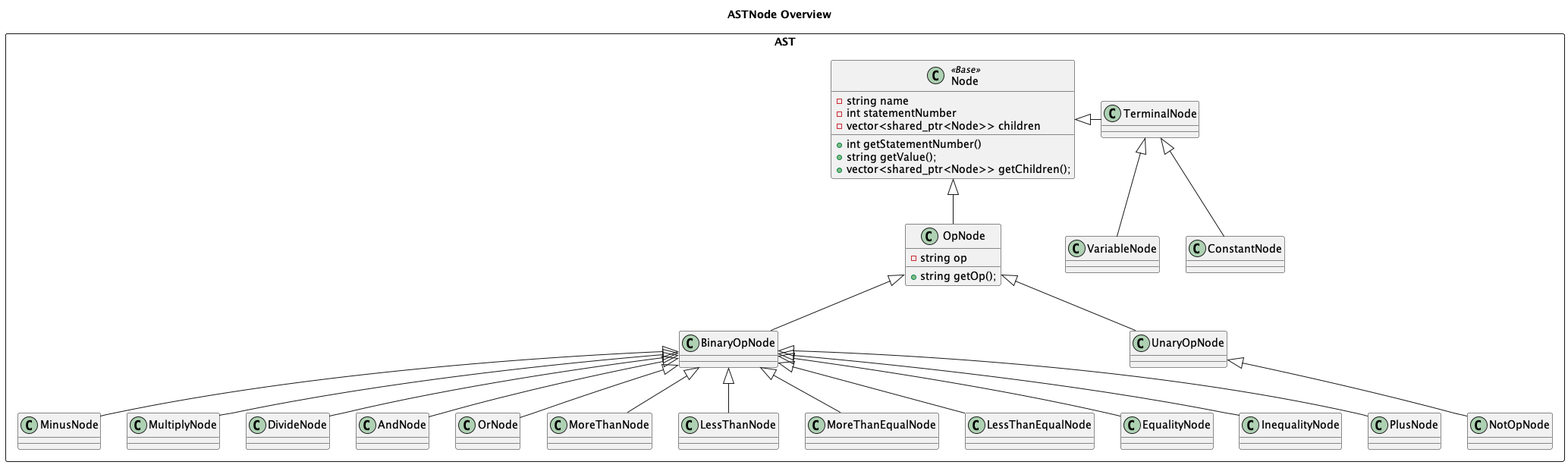
This is out/Team18/Docs/SP/DiagramsV3/ASTNodeOverview/ASTNodeHiearchy/ASTNodeHiearchy.png from NicsunXnus/SoftwareEngineeringProject, a PlantUML export, as it was before one commit. The source it was exported from:
```plantuml
@startuml


title ASTNode Overview

package AST <<Rectangle>> {
    Class Node <<Base>> {
        - string name
        - int statementNumber
        - vector<shared_ptr<Node>> children
        + int getStatementNumber()
        + string getValue();
        + vector<shared_ptr<Node>> getChildren();
    }
    Class OpNode {
        - string op
        + string getOp();
    }
    Class BinaryOpNode
    Class PlusNode
    Class MinusNode
    Class MultiplyNode
    Class DivideNode
    Class AndNode
    Class OrNode
    Class MoreThanNode
    Class LessThanNode
    Class MoreThanEqualNode
    Class LessThanEqualNode
    Class EqualityNode
    Class InequalityNode
    Class UnaryOpNode
    Class NotOpNode
    Class TerminalNode
    Class ConstantNode
    Class VariableNode

    Node <|-- OpNode
    OpNode <|-- BinaryOpNode
    BinaryOpNode <|-- PlusNode
    BinaryOpNode <|-- MinusNode
    BinaryOpNode <|-- MultiplyNode
    BinaryOpNode <|-- DivideNode
    BinaryOpNode <|-- AndNode
    BinaryOpNode <|-- OrNode
    BinaryOpNode <|-- MoreThanNode
    BinaryOpNode <|-- LessThanNode
    BinaryOpNode <|-- MoreThanEqualNode
    BinaryOpNode <|-- LessThanEqualNode
    BinaryOpNode <|-- EqualityNode
    BinaryOpNode <|-- InequalityNode
    OpNode <|-- UnaryOpNode
    UnaryOpNode <|-- NotOpNode
    Node <|-right- TerminalNode
    TerminalNode <|-- ConstantNode
    TerminalNode <|-- VariableNode
}
@enduml
```
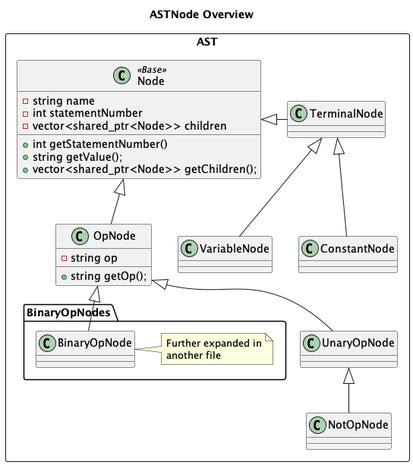
Above is the later version.

Change to the diagram source:
```diff
@@ -16,19 +16,13 @@
         - string op
         + string getOp();
     }
-    Class BinaryOpNode
-    Class PlusNode
-    Class MinusNode
-    Class MultiplyNode
-    Class DivideNode
-    Class AndNode
-    Class OrNode
-    Class MoreThanNode
-    Class LessThanNode
-    Class MoreThanEqualNode
-    Class LessThanEqualNode
-    Class EqualityNode
-    Class InequalityNode
+    package BinaryOpNodes {
+        Class BinaryOpNode
+        note right of BinaryOpNode
+        Further expanded in
+        another file
+        end note
+    }
     Class UnaryOpNode
     Class NotOpNode
     Class TerminalNode
@@ -37,18 +31,6 @@
 
     Node <|-- OpNode
     OpNode <|-- BinaryOpNode
-    BinaryOpNode <|-- PlusNode
-    BinaryOpNode <|-- MinusNode
-    BinaryOpNode <|-- MultiplyNode
-    BinaryOpNode <|-- DivideNode
-    BinaryOpNode <|-- AndNode
-    BinaryOpNode <|-- OrNode
-    BinaryOpNode <|-- MoreThanNode
-    BinaryOpNode <|-- LessThanNode
-    BinaryOpNode <|-- MoreThanEqualNode
-    BinaryOpNode <|-- LessThanEqualNode
-    BinaryOpNode <|-- EqualityNode
-    BinaryOpNode <|-- InequalityNode
     OpNode <|-- UnaryOpNode
     UnaryOpNode <|-- NotOpNode
     Node <|-right- TerminalNode
```
